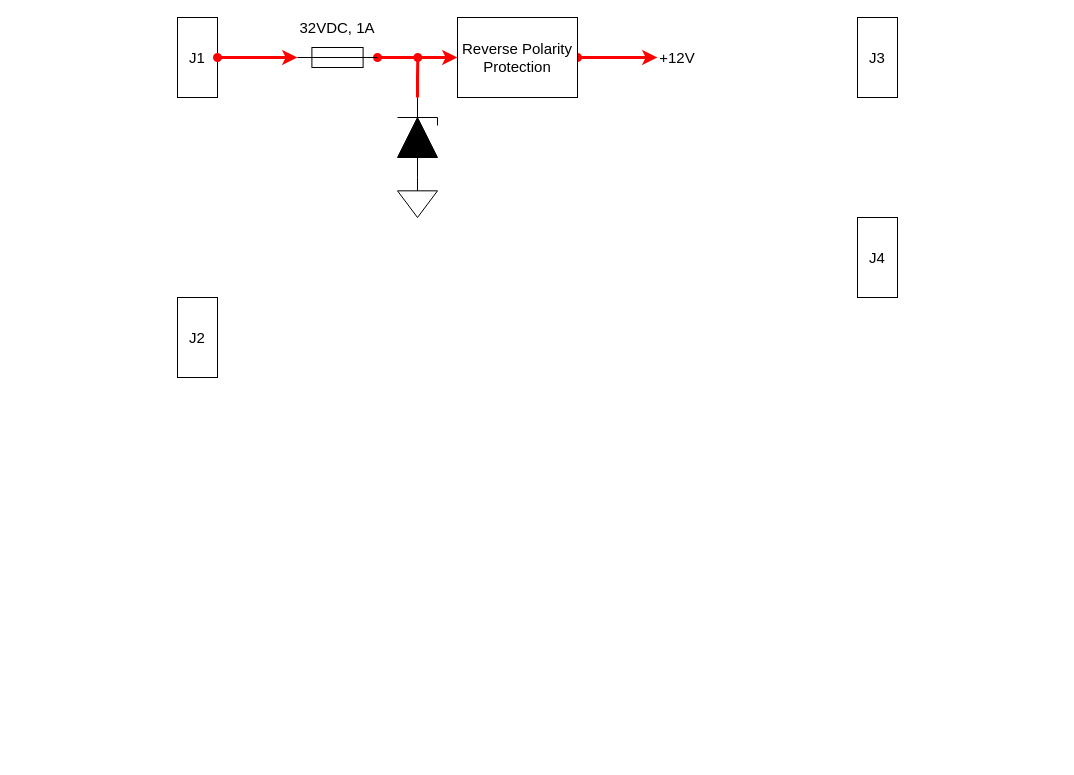
Earlier version of the draw.io diagram Designdocs/block-diagram/block-diagram.drawio (TUT-ProjectEV/Latch-Circuit). Source tidied: cells renumbered, new cells numbered last; positions are measured from the earlier drawing's top-left corner, leaving out a move shared by most shapes. Both pictures are drawn from the tidied source at 100%, with x=0, y=0 at pixel (177, 17).
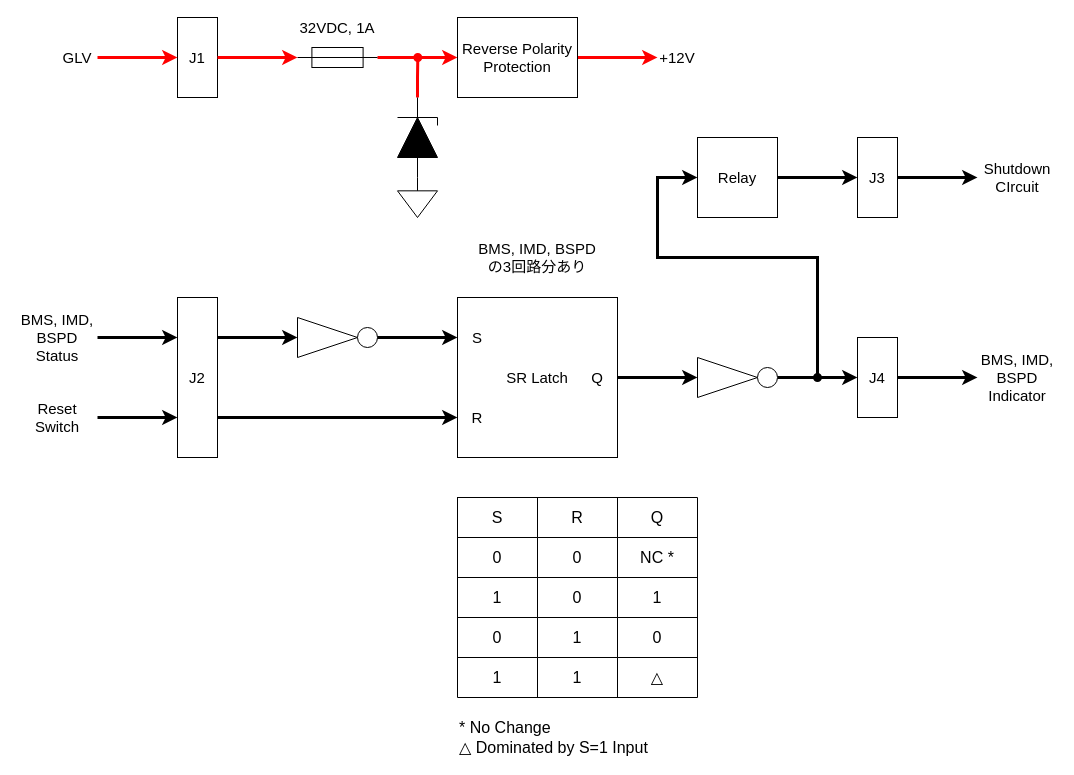
After the change.

Unchanged cells that the change refers to:
```xml
<mxCell id="2" value="J1" style="rounded=0;whiteSpace=wrap;html=1;fontSize=15;" parent="1" vertex="1">
  <mxGeometry width="40" height="80" as="geometry" />
</mxCell>
<mxCell id="4" style="verticalLabelPosition=bottom;shadow=0;dashed=0;align=center;html=1;verticalAlign=top;shape=mxgraph.electrical.miscellaneous.fuse_2;" parent="1" vertex="1">
  <mxGeometry x="120" y="30" width="80" height="20" as="geometry" />
</mxCell>
<mxCell id="9" value="Reverse Polarity&lt;div&gt;Protection&lt;/div&gt;" style="whiteSpace=wrap;html=1;fontSize=15;" parent="1" vertex="1">
  <mxGeometry x="280" width="120" height="80" as="geometry" />
</mxCell>
<mxCell id="15" value="+12V" style="text;html=1;align=center;verticalAlign=middle;whiteSpace=wrap;rounded=0;fontSize=15;" parent="1" vertex="1">
  <mxGeometry x="480" y="30" width="40" height="20" as="geometry" />
</mxCell>
```

What changed in the source:
```diff
@@
-    <mxCell id="3" style="edgeStyle=orthogonalEdgeStyle;shape=connector;rounded=0;jettySize=auto;html=1;exitX=1;exitY=0.5;exitDx=0;exitDy=0;exitPerimeter=0;entryX=0;entryY=0.5;entryDx=0;entryDy=0;strokeColor=#FF0000;strokeWidth=3;align=center;verticalAlign=middle;fontFamily=Helvetica;fontSize=11;fontColor=default;labelBackgroundColor=default;startArrow=oval;startFill=1;endArrow=classic;" parent="1" edge="1" source="4" target="9">
+    <mxCell id="3" style="edgeStyle=orthogonalEdgeStyle;shape=connector;rounded=0;jettySize=auto;html=1;exitX=1;exitY=0.5;exitDx=0;exitDy=0;exitPerimeter=0;entryX=0;entryY=0.5;entryDx=0;entryDy=0;strokeColor=#FF0000;strokeWidth=3;align=center;verticalAlign=middle;fontFamily=Helvetica;fontSize=11;fontColor=default;labelBackgroundColor=default;startArrow=none;startFill=0;endArrow=classic;" parent="1" edge="1" source="4" target="9">
       <mxGeometry relative="1" as="geometry" />
     </mxCell>
@@
-    <mxCell id="8" style="edgeStyle=orthogonalEdgeStyle;shape=connector;rounded=0;jettySize=auto;html=1;exitX=1;exitY=0.5;exitDx=0;exitDy=0;strokeColor=#FF0000;strokeWidth=3;align=center;verticalAlign=middle;fontFamily=Helvetica;fontSize=11;fontColor=default;labelBackgroundColor=default;startArrow=oval;startFill=1;endArrow=classic;entryX=0;entryY=0.5;entryDx=0;entryDy=0;" parent="1" edge="1" source="9" target="15">
+    <mxCell id="8" style="edgeStyle=orthogonalEdgeStyle;shape=connector;rounded=0;jettySize=auto;html=1;exitX=1;exitY=0.5;exitDx=0;exitDy=0;strokeColor=#FF0000;strokeWidth=3;align=center;verticalAlign=middle;fontFamily=Helvetica;fontSize=11;fontColor=default;labelBackgroundColor=default;startArrow=none;startFill=0;endArrow=classic;entryX=0;entryY=0.5;entryDx=0;entryDy=0;" parent="1" edge="1" source="9" target="15">
       <mxGeometry relative="1" as="geometry" />
     </mxCell>
@@
     <mxCell id="10" value="J2" style="rounded=0;whiteSpace=wrap;html=1;fontSize=15;" parent="1" vertex="1">
-      <mxGeometry y="280" width="40" height="80" as="geometry" />
+      <mxGeometry y="280" width="40" height="160" as="geometry" />
     </mxCell>
+    <mxCell id="16" style="edgeStyle=orthogonalEdgeStyle;shape=connector;rounded=0;jettySize=auto;html=1;exitX=1;exitY=0.5;exitDx=0;exitDy=0;entryX=0;entryY=0.5;entryDx=0;entryDy=0;strokeColor=#000000;strokeWidth=3;align=center;verticalAlign=middle;fontFamily=Helvetica;fontSize=11;fontColor=default;labelBackgroundColor=default;startArrow=none;startFill=0;endArrow=classic;" parent="1" edge="1" source="11" target="62">
+      <mxGeometry relative="1" as="geometry" />
+    </mxCell>
     <mxCell id="11" value="J3" style="rounded=0;whiteSpace=wrap;html=1;fontSize=15;" parent="1" vertex="1">
-      <mxGeometry x="680" width="40" height="80" as="geometry" />
+      <mxGeometry x="680" y="120" width="40" height="80" as="geometry" />
     </mxCell>
+    <mxCell id="17" style="edgeStyle=orthogonalEdgeStyle;shape=connector;rounded=0;jettySize=auto;html=1;exitX=1;exitY=0.5;exitDx=0;exitDy=0;entryX=0;entryY=0.5;entryDx=0;entryDy=0;strokeColor=#000000;strokeWidth=3;align=center;verticalAlign=middle;fontFamily=Helvetica;fontSize=11;fontColor=default;labelBackgroundColor=default;startArrow=none;startFill=0;endArrow=classic;" parent="1" edge="1" source="12" target="63">
+      <mxGeometry relative="1" as="geometry" />
+    </mxCell>
     <mxCell id="12" value="J4" style="rounded=0;whiteSpace=wrap;html=1;fontSize=15;" parent="1" vertex="1">
-      <mxGeometry x="680" y="200" width="40" height="80" as="geometry" />
+      <mxGeometry x="680" y="320" width="40" height="80" as="geometry" />
     </mxCell>
-    <mxCell id="13" style="edgeStyle=orthogonalEdgeStyle;rounded=0;jettySize=auto;html=1;exitX=1;exitY=0.5;exitDx=0;exitDy=0;entryX=0;entryY=0.5;entryDx=0;entryDy=0;entryPerimeter=0;strokeWidth=3;strokeColor=#FF0000;startArrow=oval;startFill=1;" parent="1" edge="1" source="2" target="4">
+    <mxCell id="13" style="edgeStyle=orthogonalEdgeStyle;rounded=0;jettySize=auto;html=1;exitX=1;exitY=0.5;exitDx=0;exitDy=0;entryX=0;entryY=0.5;entryDx=0;entryDy=0;entryPerimeter=0;strokeWidth=3;strokeColor=#FF0000;startArrow=none;startFill=0;" parent="1" edge="1" source="2" target="4">
       <mxGeometry relative="1" as="geometry" />
     </mxCell>
@@
+    <mxCell id="18" style="edgeStyle=orthogonalEdgeStyle;shape=connector;rounded=0;jettySize=auto;html=1;exitX=1;exitY=0.5;exitDx=0;exitDy=0;entryX=0;entryY=0.5;entryDx=0;entryDy=0;strokeColor=#FF0000;strokeWidth=3;align=center;verticalAlign=middle;fontFamily=Helvetica;fontSize=11;fontColor=default;labelBackgroundColor=default;startArrow=none;startFill=0;endArrow=classic;" parent="1" edge="1" source="19" target="2">
+      <mxGeometry relative="1" as="geometry" />
+    </mxCell>
+    <mxCell id="19" value="GLV" style="text;html=1;align=center;verticalAlign=middle;whiteSpace=wrap;rounded=0;fontSize=15;" parent="1" vertex="1">
+      <mxGeometry x="-120" y="30" width="40" height="20" as="geometry" />
+    </mxCell>
+    <mxCell id="20" style="edgeStyle=orthogonalEdgeStyle;shape=connector;rounded=0;jettySize=auto;html=1;exitX=1;exitY=0.5;exitDx=0;exitDy=0;entryX=0;entryY=0.25;entryDx=0;entryDy=0;strokeColor=#000000;strokeWidth=3;align=center;verticalAlign=middle;fontFamily=Helvetica;fontSize=11;fontColor=default;labelBackgroundColor=default;startArrow=none;startFill=0;endArrow=classic;" parent="1" edge="1" source="21" target="10">
+      <mxGeometry relative="1" as="geometry" />
+    </mxCell>
+    <mxCell id="21" value="BMS, IMD, BSPD&lt;div&gt;Status&lt;/div&gt;" style="text;html=1;align=center;verticalAlign=middle;whiteSpace=wrap;rounded=0;fontSize=15;" parent="1" vertex="1">
+      <mxGeometry x="-160" y="280" width="80" height="80" as="geometry" />
+    </mxCell>
+    <mxCell id="22" style="edgeStyle=orthogonalEdgeStyle;shape=connector;rounded=0;jettySize=auto;html=1;exitX=1;exitY=0.5;exitDx=0;exitDy=0;entryX=0;entryY=0.75;entryDx=0;entryDy=0;strokeColor=#000000;strokeWidth=3;align=center;verticalAlign=middle;fontFamily=Helvetica;fontSize=11;fontColor=default;labelBackgroundColor=default;startArrow=none;startFill=0;endArrow=classic;" parent="1" edge="1" source="23" target="10">
+      <mxGeometry relative="1" as="geometry" />
+    </mxCell>
+    <mxCell id="23" value="Reset Switch" style="text;html=1;align=center;verticalAlign=middle;whiteSpace=wrap;rounded=0;fontSize=15;" parent="1" vertex="1">
+      <mxGeometry x="-160" y="360" width="80" height="80" as="geometry" />
+    </mxCell>
+    <mxCell id="24" style="edgeStyle=orthogonalEdgeStyle;shape=connector;rounded=0;jettySize=auto;html=1;exitX=1;exitY=0.25;exitDx=0;exitDy=0;entryX=0;entryY=0.5;entryDx=0;entryDy=0;strokeColor=#000000;strokeWidth=3;align=center;verticalAlign=middle;fontFamily=Helvetica;fontSize=11;fontColor=default;labelBackgroundColor=default;startArrow=none;startFill=0;endArrow=classic;" parent="1" edge="1" source="10" target="25">
+      <mxGeometry relative="1" as="geometry" />
+    </mxCell>
+    <mxCell id="25" style="triangle;whiteSpace=wrap;html=1;fontFamily=Helvetica;fontSize=11;fontColor=default;labelBackgroundColor=default;" parent="1" vertex="1">
+      <mxGeometry x="120" y="300" width="60" height="40" as="geometry" />
+    </mxCell>
+    <mxCell id="26" style="ellipse;whiteSpace=wrap;html=1;fontFamily=Helvetica;fontSize=11;fontColor=default;labelBackgroundColor=default;" parent="1" vertex="1">
+      <mxGeometry x="180" y="310" width="20" height="20" as="geometry" />
+    </mxCell>
+    <mxCell id="27" style="edgeStyle=orthogonalEdgeStyle;shape=connector;rounded=0;jettySize=auto;html=1;exitX=1;exitY=0.5;exitDx=0;exitDy=0;entryX=0;entryY=0.5;entryDx=0;entryDy=0;strokeColor=#000000;strokeWidth=3;align=center;verticalAlign=middle;fontFamily=Helvetica;fontSize=11;fontColor=default;labelBackgroundColor=default;startArrow=none;startFill=0;endArrow=classic;" parent="1" edge="1" source="28" target="57">
+      <mxGeometry relative="1" as="geometry" />
+    </mxCell>
+    <mxCell id="28" value="SR Latch" style="rounded=0;whiteSpace=wrap;html=1;fontSize=15;" parent="1" vertex="1">
+      <mxGeometry x="280" y="280" width="160" height="160" as="geometry" />
+    </mxCell>
+    <mxCell id="29" value="S" style="text;html=1;align=center;verticalAlign=middle;whiteSpace=wrap;rounded=0;fontSize=15;" parent="1" vertex="1">
+      <mxGeometry x="280" y="310" width="40" height="20" as="geometry" />
+    </mxCell>
+    <mxCell id="30" value="R" style="text;html=1;align=center;verticalAlign=middle;whiteSpace=wrap;rounded=0;fontSize=15;" parent="1" vertex="1">
+      <mxGeometry x="280" y="390" width="40" height="20" as="geometry" />
+    </mxCell>
+    <mxCell id="31" value="Q" style="text;html=1;align=center;verticalAlign=middle;whiteSpace=wrap;rounded=0;fontSize=15;" parent="1" vertex="1">
+      <mxGeometry x="400" y="350" width="40" height="20" as="geometry" />
+    </mxCell>
+    <mxCell id="32" style="shape=table;startSize=0;childLayout=tableLayout;fontSize=16;fontFamily=Helvetica;fontColor=default;labelBackgroundColor=default;" parent="1" vertex="1">
+      <mxGeometry x="280" y="480" width="240" height="200" as="geometry" />
+    </mxCell>
+    <mxCell id="33" style="shape=tableRow;horizontal=0;startSize=0;swimlaneHead=0;swimlaneBody=0;strokeColor=inherit;top=0;left=0;bottom=0;right=0;fillColor=none;fontSize=16;fontFamily=Helvetica;fontColor=default;labelBackgroundColor=default;" parent="32" vertex="1">
+      <mxGeometry width="240" height="40" as="geometry" />
+    </mxCell>
+    <mxCell id="34" value="S" style="shape=partialRectangle;html=1;whiteSpace=wrap;strokeColor=inherit;overflow=hidden;fillColor=none;top=0;left=0;bottom=0;right=0;fontSize=16;fontFamily=Helvetica;fontColor=default;labelBackgroundColor=default;" parent="33" vertex="1">
+      <mxGeometry width="80" height="40" as="geometry" />
+    </mxCell>
+    <mxCell id="35" value="R" style="shape=partialRectangle;html=1;whiteSpace=wrap;strokeColor=inherit;overflow=hidden;fillColor=none;top=0;left=0;bottom=0;right=0;fontSize=16;fontFamily=Helvetica;fontColor=default;labelBackgroundColor=default;" parent="33" vertex="1">
+      <mxGeometry x="80" width="80" height="40" as="geometry" />
+    </mxCell>
+    <mxCell id="36" value="Q" style="shape=partialRectangle;html=1;whiteSpace=wrap;strokeColor=inherit;overflow=hidden;fillColor=none;top=0;left=0;bottom=0;right=0;fontSize=16;fontFamily=Helvetica;fontColor=default;labelBackgroundColor=default;" parent="33" vertex="1">
+      <mxGeometry x="160" width="80" height="40" as="geometry" />
+    </mxCell>
+    <mxCell id="37" style="shape=tableRow;horizontal=0;startSize=0;swimlaneHead=0;swimlaneBody=0;strokeColor=inherit;top=0;left=0;bottom=0;right=0;fillColor=none;fontSize=16;fontFamily=Helvetica;fontColor=default;labelBackgroundColor=default;" parent="32" vertex="1">
+      <mxGeometry y="40" width="240" height="40" as="geometry" />
+    </mxCell>
+    <mxCell id="38" value="0" style="shape=partialRectangle;html=1;whiteSpace=wrap;strokeColor=inherit;overflow=hidden;fillColor=none;top=0;left=0;bottom=0;right=0;fontSize=16;fontFamily=Helvetica;fontColor=default;labelBackgroundColor=default;" parent="37" vertex="1">
+      <mxGeometry width="80" height="40" as="geometry" />
+    </mxCell>
+    <mxCell id="39" value="0" style="shape=partialRectangle;html=1;whiteSpace=wrap;strokeColor=inherit;overflow=hidden;fillColor=none;top=0;left=0;bottom=0;right=0;fontSize=16;fontFamily=Helvetica;fontColor=default;labelBackgroundColor=default;" parent="37" vertex="1">
+      <mxGeometry x="80" width="80" height="40" as="geometry" />
+    </mxCell>
+    <mxCell id="40" value="NC *" style="shape=partialRectangle;html=1;whiteSpace=wrap;strokeColor=inherit;overflow=hidden;fillColor=none;top=0;left=0;bottom=0;right=0;fontSize=16;fontFamily=Helvetica;fontColor=default;labelBackgroundColor=default;" parent="37" vertex="1">
+      <mxGeometry x="160" width="80" height="40" as="geometry" />
+    </mxCell>
+    <mxCell id="41" style="shape=tableRow;horizontal=0;startSize=0;swimlaneHead=0;swimlaneBody=0;strokeColor=inherit;top=0;left=0;bottom=0;right=0;fillColor=none;fontSize=16;fontFamily=Helvetica;fontColor=default;labelBackgroundColor=default;" parent="32" vertex="1">
+      <mxGeometry y="80" width="240" height="40" as="geometry" />
+    </mxCell>
+    <mxCell id="42" value="1" style="shape=partialRectangle;html=1;whiteSpace=wrap;strokeColor=inherit;overflow=hidden;fillColor=none;top=0;left=0;bottom=0;right=0;fontSize=16;fontFamily=Helvetica;fontColor=default;labelBackgroundColor=default;" parent="41" vertex="1">
+      <mxGeometry width="80" height="40" as="geometry" />
+    </mxCell>
+    <mxCell id="43" value="0" style="shape=partialRectangle;html=1;whiteSpace=wrap;strokeColor=inherit;overflow=hidden;fillColor=none;top=0;left=0;bottom=0;right=0;fontSize=16;fontFamily=Helvetica;fontColor=default;labelBackgroundColor=default;" parent="41" vertex="1">
+      <mxGeometry x="80" width="80" height="40" as="geometry" />
+    </mxCell>
+    <mxCell id="44" value="1" style="shape=partialRectangle;html=1;whiteSpace=wrap;strokeColor=inherit;overflow=hidden;fillColor=none;top=0;left=0;bottom=0;right=0;fontSize=16;fontFamily=Helvetica;fontColor=default;labelBackgroundColor=default;" parent="41" vertex="1">
+      <mxGeometry x="160" width="80" height="40" as="geometry" />
+    </mxCell>
+    <mxCell id="45" style="shape=tableRow;horizontal=0;startSize=0;swimlaneHead=0;swimlaneBody=0;strokeColor=inherit;top=0;left=0;bottom=0;right=0;fillColor=none;fontSize=16;fontFamily=Helvetica;fontColor=default;labelBackgroundColor=default;" parent="32" vertex="1">
+      <mxGeometry y="120" width="240" height="40" as="geometry" />
+    </mxCell>
+    <mxCell id="46" value="0" style="shape=partialRectangle;html=1;whiteSpace=wrap;strokeColor=inherit;overflow=hidden;fillColor=none;top=0;left=0;bottom=0;right=0;fontSize=16;fontFamily=Helvetica;fontColor=default;labelBackgroundColor=default;" parent="45" vertex="1">
+      <mxGeometry width="80" height="40" as="geometry" />
+    </mxCell>
+    <mxCell id="47" value="1" style="shape=partialRectangle;html=1;whiteSpace=wrap;strokeColor=inherit;overflow=hidden;fillColor=none;top=0;left=0;bottom=0;right=0;fontSize=16;fontFamily=Helvetica;fontColor=default;labelBackgroundColor=default;" parent="45" vertex="1">
+      <mxGeometry x="80" width="80" height="40" as="geometry" />
+    </mxCell>
+    <mxCell id="48" value="0" style="shape=partialRectangle;html=1;whiteSpace=wrap;strokeColor=inherit;overflow=hidden;fillColor=none;top=0;left=0;bottom=0;right=0;fontSize=16;fontFamily=Helvetica;fontColor=default;labelBackgroundColor=default;" parent="45" vertex="1">
+      <mxGeometry x="160" width="80" height="40" as="geometry" />
+    </mxCell>
+    <mxCell id="49" style="shape=tableRow;horizontal=0;startSize=0;swimlaneHead=0;swimlaneBody=0;strokeColor=inherit;top=0;left=0;bottom=0;right=0;fillColor=none;fontSize=16;fontFamily=Helvetica;fontColor=default;labelBackgroundColor=default;" parent="32" vertex="1">
+      <mxGeometry y="160" width="240" height="40" as="geometry" />
+    </mxCell>
+    <mxCell id="50" value="1" style="shape=partialRectangle;html=1;whiteSpace=wrap;strokeColor=inherit;overflow=hidden;fillColor=none;top=0;left=0;bottom=0;right=0;fontSize=16;fontFamily=Helvetica;fontColor=default;labelBackgroundColor=default;" parent="49" vertex="1">
+      <mxGeometry width="80" height="40" as="geometry" />
+    </mxCell>
+    <mxCell id="51" value="1" style="shape=partialRectangle;html=1;whiteSpace=wrap;strokeColor=inherit;overflow=hidden;fillColor=none;top=0;left=0;bottom=0;right=0;fontSize=16;fontFamily=Helvetica;fontColor=default;labelBackgroundColor=default;" parent="49" vertex="1">
+      <mxGeometry x="80" width="80" height="40" as="geometry" />
+    </mxCell>
+    <mxCell id="52" value="△" style="shape=partialRectangle;html=1;whiteSpace=wrap;strokeColor=inherit;overflow=hidden;fillColor=none;top=0;left=0;bottom=0;right=0;fontSize=16;fontFamily=Helvetica;fontColor=default;labelBackgroundColor=default;" parent="49" vertex="1">
+      <mxGeometry x="160" width="80" height="40" as="geometry" />
+    </mxCell>
+    <mxCell id="53" value="* No Change" style="text;html=1;align=left;verticalAlign=middle;whiteSpace=wrap;rounded=0;fontSize=16;" parent="1" vertex="1">
+      <mxGeometry x="280" y="700" width="240" height="20" as="geometry" />
+    </mxCell>
+    <mxCell id="54" value="△ Dominated by S=1 Input" style="text;html=1;align=left;verticalAlign=middle;whiteSpace=wrap;rounded=0;fontSize=16;" parent="1" vertex="1">
+      <mxGeometry x="280" y="720" width="240" height="20" as="geometry" />
+    </mxCell>
+    <mxCell id="55" style="edgeStyle=orthogonalEdgeStyle;shape=connector;rounded=0;jettySize=auto;html=1;exitX=1;exitY=0.75;exitDx=0;exitDy=0;entryX=0;entryY=0.5;entryDx=0;entryDy=0;strokeColor=#000000;strokeWidth=3;align=center;verticalAlign=middle;fontFamily=Helvetica;fontSize=11;fontColor=default;labelBackgroundColor=default;startArrow=none;startFill=0;endArrow=classic;" parent="1" edge="1" source="10" target="30">
+      <mxGeometry relative="1" as="geometry" />
+    </mxCell>
+    <mxCell id="56" style="edgeStyle=orthogonalEdgeStyle;shape=connector;rounded=0;jettySize=auto;html=1;exitX=1;exitY=0.5;exitDx=0;exitDy=0;entryX=0;entryY=0.5;entryDx=0;entryDy=0;strokeColor=#000000;strokeWidth=3;align=center;verticalAlign=middle;fontFamily=Helvetica;fontSize=11;fontColor=default;labelBackgroundColor=default;startArrow=none;startFill=0;endArrow=classic;" parent="1" edge="1" source="26" target="29">
+      <mxGeometry relative="1" as="geometry" />
+    </mxCell>
+    <mxCell id="57" style="triangle;whiteSpace=wrap;html=1;fontFamily=Helvetica;fontSize=11;fontColor=default;labelBackgroundColor=default;" parent="1" vertex="1">
+      <mxGeometry x="520" y="340" width="60" height="40" as="geometry" />
+    </mxCell>
+    <mxCell id="58" style="edgeStyle=orthogonalEdgeStyle;shape=connector;rounded=0;jettySize=auto;html=1;exitX=1;exitY=0.5;exitDx=0;exitDy=0;entryX=0;entryY=0.5;entryDx=0;entryDy=0;strokeColor=#000000;strokeWidth=3;align=center;verticalAlign=middle;fontFamily=Helvetica;fontSize=11;fontColor=default;labelBackgroundColor=default;startArrow=none;startFill=0;endArrow=classic;" parent="1" edge="1" source="59" target="12">
+      <mxGeometry relative="1" as="geometry" />
+    </mxCell>
+    <mxCell id="59" style="ellipse;whiteSpace=wrap;html=1;fontFamily=Helvetica;fontSize=11;fontColor=default;labelBackgroundColor=default;" parent="1" vertex="1">
+      <mxGeometry x="580" y="350" width="20" height="20" as="geometry" />
+    </mxCell>
+    <mxCell id="60" style="edgeStyle=orthogonalEdgeStyle;shape=connector;rounded=0;jettySize=auto;html=1;exitX=1;exitY=0.5;exitDx=0;exitDy=0;entryX=0;entryY=0.5;entryDx=0;entryDy=0;strokeColor=#000000;strokeWidth=3;align=center;verticalAlign=middle;fontFamily=Helvetica;fontSize=11;fontColor=default;labelBackgroundColor=default;startArrow=none;startFill=0;endArrow=classic;" parent="1" edge="1" source="61" target="11">
+      <mxGeometry relative="1" as="geometry" />
+    </mxCell>
+    <mxCell id="61" value="Relay" style="rounded=0;whiteSpace=wrap;html=1;fontSize=15;" parent="1" vertex="1">
+      <mxGeometry x="520" y="120" width="80" height="80" as="geometry" />
+    </mxCell>
+    <mxCell id="62" value="Shutdown&lt;div&gt;CIrcuit&lt;/div&gt;" style="text;html=1;align=center;verticalAlign=middle;whiteSpace=wrap;rounded=0;fontSize=15;" parent="1" vertex="1">
+      <mxGeometry x="800" y="120" width="80" height="80" as="geometry" />
+    </mxCell>
+    <mxCell id="63" value="BMS, IMD,&lt;div&gt;BSPD&lt;/div&gt;&lt;div&gt;Indicator&lt;/div&gt;" style="text;html=1;align=center;verticalAlign=middle;whiteSpace=wrap;rounded=0;fontSize=15;" parent="1" vertex="1">
+      <mxGeometry x="800" y="320" width="80" height="80" as="geometry" />
+    </mxCell>
+    <mxCell id="64" style="edgeStyle=orthogonalEdgeStyle;shape=connector;rounded=0;jettySize=auto;html=1;entryX=0;entryY=0.5;entryDx=0;entryDy=0;strokeColor=#000000;strokeWidth=3;align=center;verticalAlign=middle;fontFamily=Helvetica;fontSize=11;fontColor=default;labelBackgroundColor=default;startArrow=oval;startFill=1;endArrow=classic;" parent="1" edge="1" target="61">
+      <mxGeometry relative="1" as="geometry">
+        <mxPoint x="640" y="360" as="sourcePoint" />
+        <Array as="points">
+          <mxPoint x="640" y="240" />
+          <mxPoint x="480" y="240" />
+          <mxPoint x="480" y="160" />
+        </Array>
+      </mxGeometry>
+    </mxCell>
+    <mxCell id="65" value="BMS, IMD,&amp;nbsp;&lt;span style=&quot;background-color: initial;&quot;&gt;BSPD&lt;/span&gt;&lt;div&gt;の3回路分あり&lt;/div&gt;" style="text;html=1;align=center;verticalAlign=middle;whiteSpace=wrap;rounded=0;fontSize=15;" parent="1" vertex="1">
+      <mxGeometry x="280" y="220" width="160" height="40" as="geometry" />
+    </mxCell>
```
